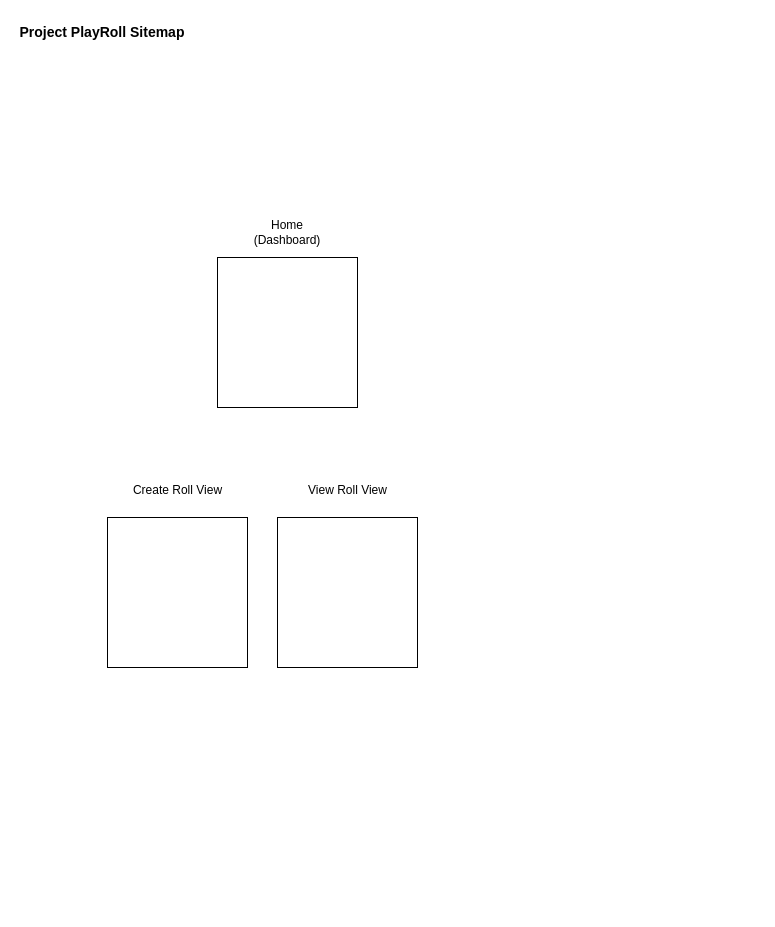
FlintSable/Playroll keeps this draw.io diagram as sitemap_sprint1.drawio. Above is the earlier version. Source tidied: cells renumbered, new cells numbered last; positions are measured from the earlier drawing's top-left corner, leaving out a move shared by most shapes. Both pictures are drawn from the tidied source at 100%, with x=0, y=0 at pixel (17, 17).
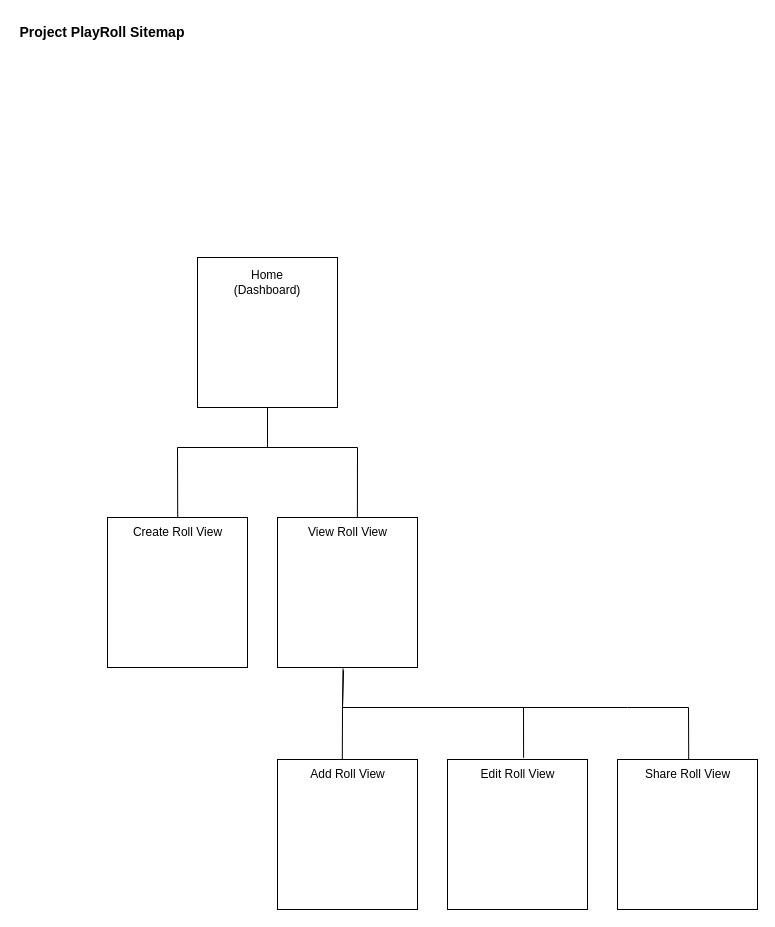
The same diagram, later.

Unchanged cells that the change refers to:
```xml
<mxCell id="7" style="rounded=0;whiteSpace=wrap;html=1;" parent="1" vertex="1">
  <mxGeometry x="260" y="500" width="140" height="150" as="geometry" />
</mxCell>
```

Diff of the diagram source:
```diff
@@
     <mxCell id="2" style="rounded=0;whiteSpace=wrap;html=1;" parent="1" vertex="1">
-      <mxGeometry x="200" y="240" width="140" height="150" as="geometry" />
+      <mxGeometry x="180" y="240" width="140" height="150" as="geometry" />
     </mxCell>
@@
     <mxCell id="4" value="Home (Dashboard)" style="text;html=1;align=center;verticalAlign=middle;whiteSpace=wrap;rounded=0;" parent="1" vertex="1">
-      <mxGeometry x="240" y="200" width="60" height="30" as="geometry" />
+      <mxGeometry x="220" y="250" width="60" height="30" as="geometry" />
     </mxCell>
@@
     <mxCell id="6" value="Create Roll View" style="text;html=1;align=center;verticalAlign=middle;points=[];strokeColor=none;fillColor=none;" parent="1" vertex="1">
-      <mxGeometry x="105" y="458" width="110" height="30" as="geometry" />
+      <mxGeometry x="105" y="500" width="110" height="30" as="geometry" />
     </mxCell>
@@
     <mxCell id="8" value="View Roll View" style="text;html=1;align=center;verticalAlign=middle;points=[];strokeColor=none;fillColor=none;" parent="1" vertex="1">
-      <mxGeometry x="280" y="458" width="100" height="30" as="geometry" />
+      <mxGeometry x="280" y="500" width="100" height="30" as="geometry" />
     </mxCell>
+    <mxCell id="9" style="rounded=0;whiteSpace=wrap;html=1;" parent="1" vertex="1">
+      <mxGeometry x="260" y="742" width="140" height="150" as="geometry" />
+    </mxCell>
+    <mxCell id="10" value="Add Roll View" style="text;html=1;align=center;verticalAlign=middle;points=[];strokeColor=none;fillColor=none;" parent="1" vertex="1">
+      <mxGeometry x="280" y="742" width="100" height="30" as="geometry" />
+    </mxCell>
+    <mxCell id="11" style="rounded=0;whiteSpace=wrap;html=1;" parent="1" vertex="1">
+      <mxGeometry x="430" y="742" width="140" height="150" as="geometry" />
+    </mxCell>
+    <mxCell id="12" value="Edit Roll View" style="text;html=1;align=center;verticalAlign=middle;strokeColor=none;fillColor=none;" parent="1" vertex="1">
+      <mxGeometry x="450" y="742" width="100" height="30" as="geometry" />
+    </mxCell>
+    <mxCell id="13" style="rounded=0;whiteSpace=wrap;html=1;" parent="1" vertex="1">
+      <mxGeometry x="600" y="742" width="140" height="150" as="geometry" />
+    </mxCell>
+    <mxCell id="14" value="Share Roll View" style="text;html=1;align=center;verticalAlign=middle;points=[];strokeColor=none;fillColor=none;" parent="1" vertex="1">
+      <mxGeometry x="615" y="742" width="110" height="30" as="geometry" />
+    </mxCell>
+    <mxCell id="15" style="endArrow=none;html=1;rounded=0;entryX=0.5;entryY=1;entryDx=0;entryDy=0;exitX=0.502;exitY=0.011;exitDx=0;exitDy=0;exitPerimeter=0;" parent="1" edge="1" source="6" target="2">
+      <mxGeometry relative="1" as="geometry">
+        <Array as="points">
+          <mxPoint x="160" y="430" />
+          <mxPoint x="250" y="430" />
+        </Array>
+      </mxGeometry>
+    </mxCell>
+    <mxCell id="16" style="endArrow=none;html=1;rounded=0;entryX=0.5;entryY=1;entryDx=0;entryDy=0;exitX=0.599;exitY=0.002;exitDx=0;exitDy=0;exitPerimeter=0;" parent="1" edge="1" source="8" target="2">
+      <mxGeometry relative="1" as="geometry">
+        <Array as="points">
+          <mxPoint x="340" y="430" />
+          <mxPoint x="250" y="430" />
+        </Array>
+      </mxGeometry>
+    </mxCell>
+    <mxCell id="17" style="endArrow=none;html=1;rounded=0;entryX=0.468;entryY=1.006;entryDx=0;entryDy=0;exitX=0.448;exitY=0.015;exitDx=0;exitDy=0;exitPerimeter=0;entryPerimeter=0;" parent="1" edge="1" source="10" target="7">
+      <mxGeometry relative="1" as="geometry">
+        <Array as="points">
+          <mxPoint x="325" y="690" />
+        </Array>
+      </mxGeometry>
+    </mxCell>
+    <mxCell id="18" style="endArrow=none;html=1;rounded=0;exitX=0.561;exitY=-0.057;exitDx=0;exitDy=0;exitPerimeter=0;entryX=0.472;entryY=1.019;entryDx=0;entryDy=0;entryPerimeter=0;" parent="1" edge="1" target="7">
+      <mxGeometry relative="1" as="geometry">
+        <mxPoint x="506.1" y="740.3" as="sourcePoint" />
+        <Array as="points">
+          <mxPoint x="506" y="690" />
+          <mxPoint x="325" y="690" />
+        </Array>
+      </mxGeometry>
+    </mxCell>
+    <mxCell id="19" style="endArrow=none;html=1;rounded=0;exitX=0.511;exitY=-0.008;exitDx=0;exitDy=0;exitPerimeter=0;" parent="1" edge="1" source="14">
+      <mxGeometry relative="1" as="geometry">
+        <mxPoint x="500" y="690" as="targetPoint" />
+        <Array as="points">
+          <mxPoint x="671" y="690" />
+          <mxPoint x="610" y="690" />
+        </Array>
+      </mxGeometry>
+    </mxCell>
```
